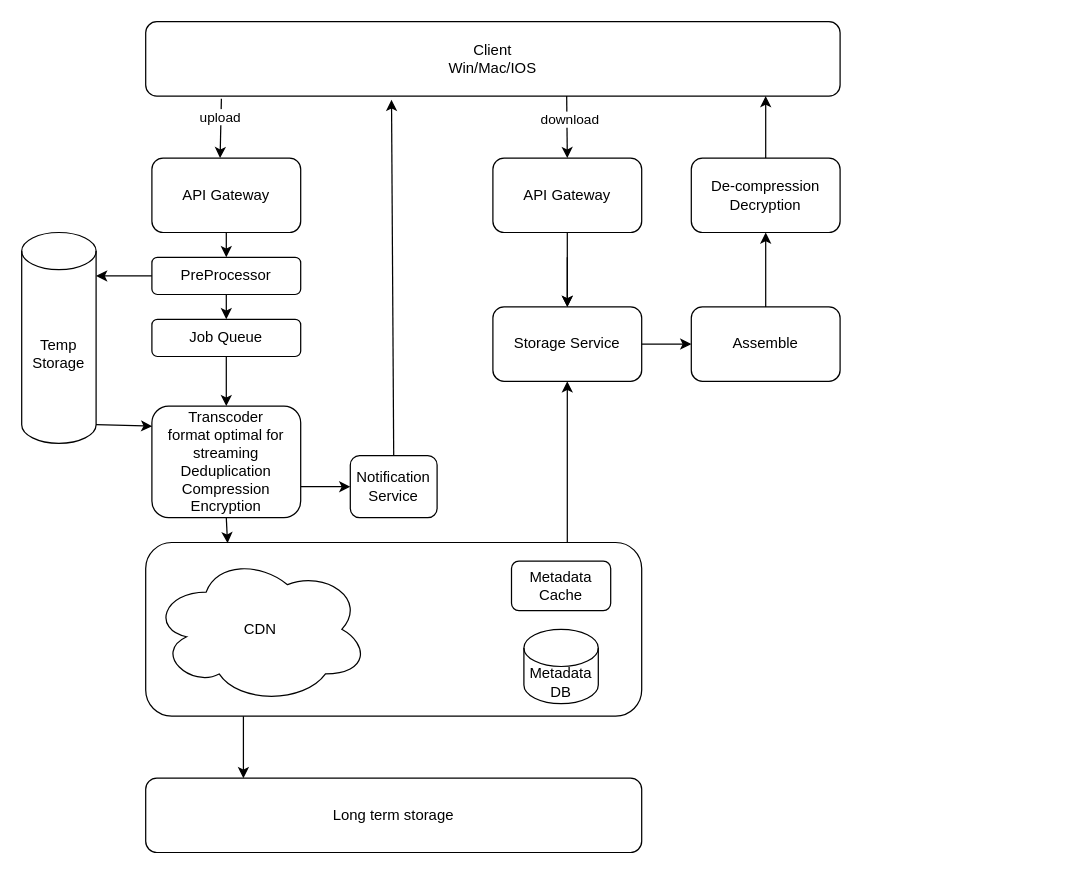
Above: YoutubeNetflix.drawio in xwq172677170/SysdDiagram (draw.io), before the change. Source tidied: cells renumbered, new cells numbered last; positions are measured from the earlier drawing's top-left corner, leaving out a move shared by most shapes. Both pictures are drawn from the tidied source at 124%, with x=0, y=0 at pixel (21, 21).
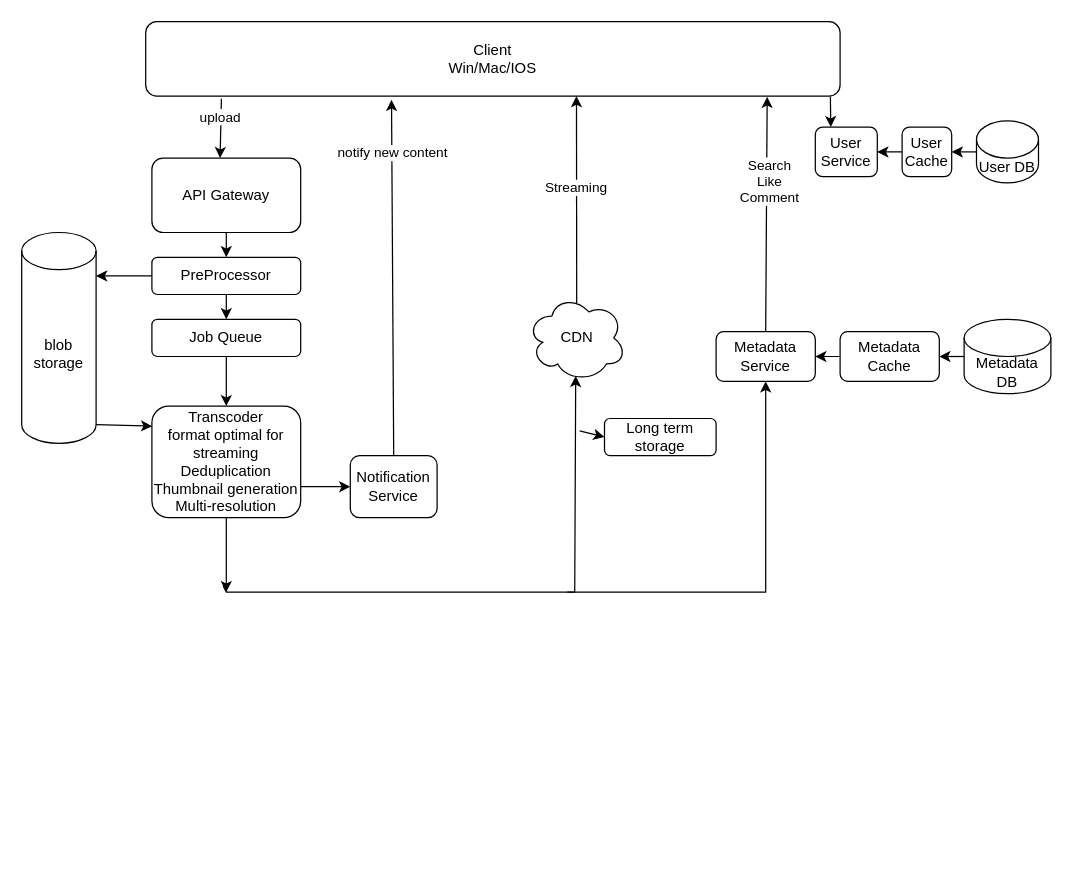
After the change.

Unchanged cells that the change refers to:
```xml
<mxCell id="2" value="Client&lt;br&gt;Win/Mac/IOS" style="rounded=1;whiteSpace=wrap;html=1;" parent="1" vertex="1">
  <mxGeometry x="100" width="560" height="60" as="geometry" />
</mxCell>
<mxCell id="23" style="endArrow=classic;html=1;rounded=0;entryX=0.354;entryY=1.05;entryDx=0;entryDy=0;exitX=0.5;exitY=0;exitDx=0;exitDy=0;entryPerimeter=0;" parent="1" edge="1" source="17" target="2">
  <mxGeometry relative="1" as="geometry" />
</mxCell>
```

Diff of the diagram source:
```diff
@@
-    <mxCell id="6" style="endArrow=classic;html=1;rounded=0;exitX=0.832;exitY=0.983;exitDx=0;exitDy=0;exitPerimeter=0;entryX=0.5;entryY=0;entryDx=0;entryDy=0;" parent="1" edge="1" target="9">
-      <mxGeometry relative="1" as="geometry">
-        <mxPoint x="439.5" y="60" as="sourcePoint" />
-      </mxGeometry>
-    </mxCell>
-    <mxCell id="7" value="download" style="edgeLabel;html=1;align=center;verticalAlign=middle;" parent="6" vertex="1">
-      <mxGeometry x="-0.24" y="2" relative="1" as="geometry" />
-    </mxCell>
-    <mxCell id="8" style="edgeStyle=orthogonalEdgeStyle;rounded=0;jettySize=auto;html=1;" parent="1" edge="1" source="9" target="22">
-      <mxGeometry relative="1" as="geometry" />
-    </mxCell>
-    <mxCell id="9" value="API Gateway" style="rounded=1;whiteSpace=wrap;html=1;" parent="1" vertex="1">
-      <mxGeometry x="380" y="110" width="120" height="60" as="geometry" />
-    </mxCell>
-    <mxCell id="10" value="Assemble" style="rounded=1;whiteSpace=wrap;html=1;" parent="1" vertex="1">
-      <mxGeometry x="540" y="230" width="120" height="60" as="geometry" />
-    </mxCell>
-    <mxCell id="11" style="rounded=1;whiteSpace=wrap;html=1;" parent="1" vertex="1">
-      <mxGeometry x="100" y="420" width="400" height="140" as="geometry" />
-    </mxCell>
     <mxCell id="12" value="Metadata DB" style="shape=cylinder3;whiteSpace=wrap;html=1;boundedLbl=1;backgroundOutline=1;size=15;" parent="1" vertex="1">
-      <mxGeometry x="405" y="490" width="60" height="60" as="geometry" />
+      <mxGeometry x="760" y="240" width="70" height="60" as="geometry" />
     </mxCell>
     <mxCell id="13" value="CDN" style="ellipse;shape=cloud;whiteSpace=wrap;html=1;" parent="1" vertex="1">
-      <mxGeometry x="105" y="430" width="175" height="120" as="geometry" />
+      <mxGeometry x="407.5" y="220" width="80" height="70" as="geometry" />
     </mxCell>
-    <mxCell id="14" style="endArrow=classic;html=1;rounded=0;exitX=0.5;exitY=1;exitDx=0;exitDy=0;entryX=0.165;entryY=0.004;entryDx=0;entryDy=0;entryPerimeter=0;" parent="1" edge="1" target="11">
+    <mxCell id="14" style="endArrow=classic;html=1;rounded=0;exitX=0.5;exitY=1;exitDx=0;exitDy=0;entryX=0.491;entryY=0.938;entryDx=0;entryDy=0;entryPerimeter=0;" parent="1" edge="1" target="13">
       <mxGeometry relative="1" as="geometry">
-        <mxPoint x="165" y="400" as="sourcePoint" />
+        <mxPoint x="162.5" y="455" as="sourcePoint" />
+        <Array as="points">
+          <mxPoint x="165" y="460" />
+          <mxPoint x="446" y="460" />
+        </Array>
       </mxGeometry>
     </mxCell>
     <mxCell id="15" value="Long term storage" style="rounded=1;whiteSpace=wrap;html=1;" parent="1" vertex="1">
-      <mxGeometry x="100" y="610" width="400" height="60" as="geometry" />
+      <mxGeometry x="470" y="320" width="90" height="30" as="geometry" />
     </mxCell>
-    <mxCell id="16" style="endArrow=classic;html=1;rounded=0;exitX=0.197;exitY=1.001;exitDx=0;exitDy=0;exitPerimeter=0;entryX=0.197;entryY=0.003;entryDx=0;entryDy=0;entryPerimeter=0;" parent="1" edge="1" source="11" target="15">
-      <mxGeometry relative="1" as="geometry" />
+    <mxCell id="16" style="endArrow=classic;html=1;rounded=0;entryX=0;entryY=0.5;entryDx=0;entryDy=0;" parent="1" edge="1" target="15">
+      <mxGeometry relative="1" as="geometry">
+        <mxPoint x="450" y="330" as="sourcePoint" />
+      </mxGeometry>
     </mxCell>
@@
-    <mxCell id="20" value="De-compression&lt;br&gt;Decryption" style="rounded=1;whiteSpace=wrap;html=1;" parent="1" vertex="1">
-      <mxGeometry x="540" y="110" width="120" height="60" as="geometry" />
-    </mxCell>
-    <mxCell id="21" style="endArrow=classic;html=1;rounded=0;entryX=0.5;entryY=0;entryDx=0;entryDy=0;" parent="1" edge="1" target="22">
-      <mxGeometry relative="1" as="geometry">
-        <mxPoint x="440" y="190" as="sourcePoint" />
-      </mxGeometry>
-    </mxCell>
-    <mxCell id="22" value="Storage Service" style="rounded=1;whiteSpace=wrap;html=1;" parent="1" vertex="1">
-      <mxGeometry x="380" y="230" width="120" height="60" as="geometry" />
-    </mxCell>
@@
+    <mxCell id="37" value="notify new content" style="edgeLabel;html=1;align=center;verticalAlign=middle;" parent="23" vertex="1">
+      <mxGeometry x="0.71" relative="1" as="geometry" />
+    </mxCell>
-    <mxCell id="24" style="endArrow=classic;html=1;rounded=0;entryX=0.5;entryY=1;entryDx=0;entryDy=0;" parent="1" edge="1" target="22">
+    <mxCell id="24" style="endArrow=classic;html=1;rounded=0;entryX=0.799;entryY=1.063;entryDx=0;entryDy=0;entryPerimeter=0;exitX=0.501;exitY=0.105;exitDx=0;exitDy=0;exitPerimeter=0;" parent="1" edge="1" source="13">
       <mxGeometry relative="1" as="geometry">
-        <mxPoint x="440" y="420" as="sourcePoint" />
+        <mxPoint x="447.4" y="60" as="targetPoint" />
       </mxGeometry>
     </mxCell>
-    <mxCell id="25" style="endArrow=classic;html=1;rounded=0;exitX=1;exitY=0.5;exitDx=0;exitDy=0;entryX=0;entryY=0.5;entryDx=0;entryDy=0;" parent="1" edge="1" source="22" target="10">
-      <mxGeometry relative="1" as="geometry" />
-    </mxCell>
-    <mxCell id="26" style="endArrow=classic;html=1;rounded=0;exitX=0.5;exitY=0;exitDx=0;exitDy=0;entryX=0.5;entryY=1;entryDx=0;entryDy=0;" parent="1" edge="1" source="10" target="20">
-      <mxGeometry relative="1" as="geometry" />
-    </mxCell>
-    <mxCell id="27" style="endArrow=classic;html=1;rounded=0;exitX=0.5;exitY=0;exitDx=0;exitDy=0;" parent="1" edge="1" source="20">
-      <mxGeometry relative="1" as="geometry">
-        <mxPoint x="600" y="60" as="targetPoint" />
-      </mxGeometry>
-    </mxCell>
+    <mxCell id="38" value="Streaming" style="edgeLabel;html=1;align=center;verticalAlign=middle;" parent="24" vertex="1">
+      <mxGeometry x="0.12" y="1" relative="1" as="geometry" />
+    </mxCell>
+    <mxCell id="39" style="edgeStyle=orthogonalEdgeStyle;rounded=0;jettySize=auto;html=1;entryX=1;entryY=0.5;entryDx=0;entryDy=0;" parent="1" edge="1" source="28" target="40">
+      <mxGeometry relative="1" as="geometry" />
+    </mxCell>
     <mxCell id="28" value="Metadata Cache" style="rounded=1;whiteSpace=wrap;html=1;" parent="1" vertex="1">
-      <mxGeometry x="395" y="435" width="80" height="40" as="geometry" />
+      <mxGeometry x="660" y="250" width="80" height="40" as="geometry" />
     </mxCell>
@@
-    <mxCell id="30" value="Transcoder&lt;br style=&quot;border-color: var(--border-color);&quot;&gt;format optimal for streaming&lt;br style=&quot;border-color: var(--border-color);&quot;&gt;Deduplication&lt;br&gt;Compression&lt;br&gt;Encryption" style="rounded=1;whiteSpace=wrap;html=1;" parent="1" vertex="1">
+    <mxCell id="30" value="Transcoder&lt;br style=&quot;border-color: var(--border-color);&quot;&gt;format optimal for streaming&lt;br style=&quot;border-color: var(--border-color);&quot;&gt;Deduplication&lt;br&gt;Thumbnail generation&lt;br&gt;Multi-resolution" style="rounded=1;whiteSpace=wrap;html=1;" parent="1" vertex="1">
       <mxGeometry x="105" y="310" width="120" height="90" as="geometry" />
     </mxCell>
@@
-    <mxCell id="32" value="Temp Storage" style="shape=cylinder3;whiteSpace=wrap;html=1;boundedLbl=1;backgroundOutline=1;size=15;" parent="1" vertex="1">
+    <mxCell id="32" value="blob storage" style="shape=cylinder3;whiteSpace=wrap;html=1;boundedLbl=1;backgroundOutline=1;size=15;" parent="1" vertex="1">
       <mxGeometry y="170" width="60" height="170" as="geometry" />
     </mxCell>
@@
+    <mxCell id="40" value="Metadata Service" style="rounded=1;whiteSpace=wrap;html=1;" parent="1" vertex="1">
+      <mxGeometry x="560" y="250" width="80" height="40" as="geometry" />
+    </mxCell>
+    <mxCell id="41" style="endArrow=classic;html=1;rounded=0;entryX=0.5;entryY=1;entryDx=0;entryDy=0;" parent="1" edge="1" target="40">
+      <mxGeometry relative="1" as="geometry">
+        <mxPoint x="440" y="460" as="sourcePoint" />
+        <Array as="points">
+          <mxPoint x="600" y="460" />
+        </Array>
+      </mxGeometry>
+    </mxCell>
+    <mxCell id="42" style="endArrow=classic;html=1;rounded=0;exitX=0.5;exitY=0;exitDx=0;exitDy=0;entryX=0.895;entryY=1.01;entryDx=0;entryDy=0;entryPerimeter=0;" parent="1" edge="1" source="40" target="2">
+      <mxGeometry relative="1" as="geometry" />
+    </mxCell>
+    <mxCell id="43" value="Search&lt;br&gt;Like&lt;br&gt;Comment" style="edgeLabel;html=1;align=center;verticalAlign=middle;" parent="42" vertex="1">
+      <mxGeometry x="0.29" y="-2" relative="1" as="geometry" />
+    </mxCell>
+    <mxCell id="44" style="endArrow=classic;html=1;rounded=0;entryX=1;entryY=0.5;entryDx=0;entryDy=0;exitX=0;exitY=0.5;exitDx=0;exitDy=0;exitPerimeter=0;" parent="1" edge="1" source="12" target="28">
+      <mxGeometry relative="1" as="geometry" />
+    </mxCell>
+    <mxCell id="45" style="endArrow=classic;html=1;rounded=0;exitX=0.5;exitY=1;exitDx=0;exitDy=0;" parent="1" edge="1">
+      <mxGeometry relative="1" as="geometry">
+        <mxPoint x="165" y="400" as="sourcePoint" />
+        <mxPoint x="165" y="460" as="targetPoint" />
+      </mxGeometry>
+    </mxCell>
+    <mxCell id="46" value="User DB" style="shape=cylinder3;whiteSpace=wrap;html=1;boundedLbl=1;backgroundOutline=1;size=15;" parent="1" vertex="1">
+      <mxGeometry x="770" y="80" width="50" height="50" as="geometry" />
+    </mxCell>
+    <mxCell id="47" style="edgeStyle=orthogonalEdgeStyle;rounded=0;jettySize=auto;html=1;entryX=1;entryY=0.5;entryDx=0;entryDy=0;" parent="1" edge="1" source="48" target="49">
+      <mxGeometry relative="1" as="geometry" />
+    </mxCell>
+    <mxCell id="48" value="User&lt;br&gt;Cache" style="rounded=1;whiteSpace=wrap;html=1;" parent="1" vertex="1">
+      <mxGeometry x="710" y="85" width="40" height="40" as="geometry" />
+    </mxCell>
+    <mxCell id="49" value="User Service" style="rounded=1;whiteSpace=wrap;html=1;" parent="1" vertex="1">
+      <mxGeometry x="640" y="85" width="50" height="40" as="geometry" />
+    </mxCell>
+    <mxCell id="50" style="endArrow=classic;html=1;rounded=0;entryX=1;entryY=0.5;entryDx=0;entryDy=0;exitX=0;exitY=0.5;exitDx=0;exitDy=0;exitPerimeter=0;" parent="1" edge="1" source="46" target="48">
+      <mxGeometry relative="1" as="geometry" />
+    </mxCell>
+    <mxCell id="51" style="endArrow=classic;html=1;rounded=0;exitX=0.986;exitY=1.01;exitDx=0;exitDy=0;exitPerimeter=0;entryX=0.25;entryY=0;entryDx=0;entryDy=0;" parent="1" edge="1" source="2" target="49">
+      <mxGeometry relative="1" as="geometry" />
+    </mxCell>
```
